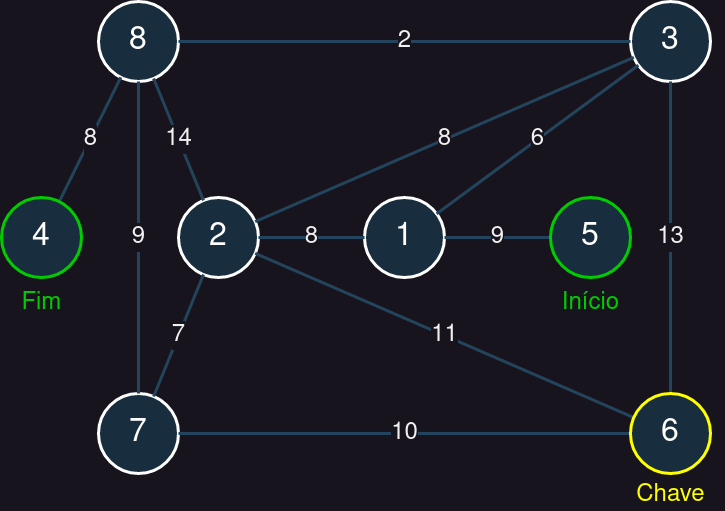
Before: test4.drawio.png, a diagram exported from draw.io (MarcusPeixe/ep1-aed2-test). Source tidied: cells renumbered, new cells last; positions are measured from the earlier drawing's top-left corner, leaving out a move shared by most shapes. The source it was exported from:
```xml
<mxGraphModel>
  <root>
    <mxCell id="0" />
    <mxCell id="1" parent="0" />
    <mxCell id="2" value="&lt;font style=&quot;font-size: 32px;&quot;&gt;1&lt;/font&gt;" style="ellipse;whiteSpace=wrap;html=1;strokeWidth=3;labelBackgroundColor=none;fillColor=#182E3E;strokeColor=#FFFFFF;fontColor=#FFFFFF;" parent="1" vertex="1">
      <mxGeometry x="363" y="196" width="80" height="80" as="geometry" />
    </mxCell>
    <mxCell id="3" value="&lt;font style=&quot;font-size: 32px;&quot;&gt;2&lt;/font&gt;" style="ellipse;whiteSpace=wrap;html=1;strokeWidth=3;labelBackgroundColor=none;fillColor=#182E3E;strokeColor=#FFFFFF;fontColor=#FFFFFF;" parent="1" vertex="1">
      <mxGeometry x="177" y="196" width="80" height="80" as="geometry" />
    </mxCell>
    <mxCell id="4" value="3" style="ellipse;whiteSpace=wrap;html=1;strokeWidth=3;labelBackgroundColor=none;fillColor=#182E3E;strokeColor=#FFFFFF;fontColor=#FFFFFF;fontSize=32;" parent="1" vertex="1">
      <mxGeometry x="629" width="80" height="80" as="geometry" />
    </mxCell>
    <mxCell id="5" value="7" style="ellipse;whiteSpace=wrap;html=1;strokeWidth=3;labelBackgroundColor=none;fillColor=#182E3E;strokeColor=#FFFFFF;fontColor=#FFFFFF;fontSize=32;" parent="1" vertex="1">
      <mxGeometry x="97" y="392" width="80" height="80" as="geometry" />
    </mxCell>
    <mxCell id="6" value="8" style="ellipse;whiteSpace=wrap;html=1;strokeWidth=3;labelBackgroundColor=none;fillColor=#182E3E;strokeColor=#FFFFFF;fontColor=#FFFFFF;fontSize=32;" parent="1" vertex="1">
      <mxGeometry x="97" width="80" height="80" as="geometry" />
    </mxCell>
    <mxCell id="7" value="8" style="endArrow=none;html=1;rounded=0;strokeColor=#23445D;strokeWidth=3;fontSize=24;" parent="1" edge="1" source="2" target="3">
      <mxGeometry relative="1" as="geometry" />
    </mxCell>
    <mxCell id="8" value="6" style="endArrow=none;html=1;rounded=0;strokeColor=#23445D;strokeWidth=3;fontSize=24;" parent="1" edge="1" source="2" target="4">
      <mxGeometry relative="1" as="geometry" />
    </mxCell>
    <mxCell id="9" value="9" style="endArrow=none;html=1;rounded=0;strokeColor=#23445D;strokeWidth=3;fontSize=24;" parent="1" edge="1" source="2" target="20">
      <mxGeometry relative="1" as="geometry" />
    </mxCell>
    <mxCell id="10" value="8" style="endArrow=none;html=1;rounded=0;strokeColor=#23445D;strokeWidth=3;fontSize=24;" parent="1" edge="1" source="3" target="4">
      <mxGeometry relative="1" as="geometry" />
    </mxCell>
    <mxCell id="11" value="11" style="endArrow=none;html=1;rounded=0;strokeColor=#23445D;strokeWidth=3;fontSize=24;" parent="1" edge="1" source="3" target="27">
      <mxGeometry relative="1" as="geometry" />
    </mxCell>
    <mxCell id="12" value="7" style="endArrow=none;html=1;rounded=0;strokeColor=#23445D;strokeWidth=3;fontSize=24;" parent="1" edge="1" source="3" target="5">
      <mxGeometry relative="1" as="geometry" />
    </mxCell>
    <mxCell id="13" value="14" style="endArrow=none;html=1;rounded=0;strokeColor=#23445D;strokeWidth=3;fontSize=24;" parent="1" edge="1" source="3" target="6">
      <mxGeometry relative="1" as="geometry" />
    </mxCell>
    <mxCell id="14" value="13" style="endArrow=none;html=1;rounded=0;strokeColor=#23445D;strokeWidth=3;fontSize=24;" parent="1" edge="1" source="4" target="27">
      <mxGeometry relative="1" as="geometry" />
    </mxCell>
    <mxCell id="15" value="2" style="endArrow=none;html=1;rounded=0;strokeColor=#23445D;strokeWidth=3;fontSize=24;" parent="1" edge="1" source="4" target="6">
      <mxGeometry relative="1" as="geometry" />
    </mxCell>
    <mxCell id="16" value="10" style="endArrow=none;html=1;rounded=0;strokeColor=#23445D;strokeWidth=3;fontSize=24;" parent="1" edge="1" source="27" target="5">
      <mxGeometry relative="1" as="geometry" />
    </mxCell>
    <mxCell id="17" value="9" style="endArrow=none;html=1;rounded=0;strokeColor=#23445D;strokeWidth=3;fontSize=24;" parent="1" edge="1" source="5" target="6">
      <mxGeometry relative="1" as="geometry" />
    </mxCell>
    <mxCell id="18" value="8" style="endArrow=none;html=1;rounded=0;strokeColor=#23445D;strokeWidth=3;fontSize=24;" parent="1" edge="1" source="6" target="23">
      <mxGeometry relative="1" as="geometry" />
    </mxCell>
    <mxCell id="19" style="group;" parent="1" vertex="1">
      <mxGeometry x="549" y="196" width="80" height="121" as="geometry" />
    </mxCell>
    <mxCell id="20" value="5" style="ellipse;whiteSpace=wrap;html=1;strokeWidth=3;labelBackgroundColor=none;fillColor=#182E3E;strokeColor=#00CC00;fontColor=#FFFFFF;fontSize=32;" parent="19" vertex="1">
      <mxGeometry width="80" height="80" as="geometry" />
    </mxCell>
    <mxCell id="21" value="Início" style="text;html=1;strokeColor=none;fillColor=none;align=center;verticalAlign=middle;whiteSpace=wrap;rounded=0;fontColor=#00CC00;fontSize=24;labelBackgroundColor=default;" parent="19" vertex="1">
      <mxGeometry x="3.5" y="91" width="73" height="30" as="geometry" />
    </mxCell>
    <mxCell id="22" style="group;" parent="1" vertex="1">
      <mxGeometry y="196" width="80" height="121" as="geometry" />
    </mxCell>
    <mxCell id="23" value="4" style="ellipse;whiteSpace=wrap;html=1;strokeWidth=3;labelBackgroundColor=none;fillColor=#182E3E;strokeColor=#00CC00;fontColor=#FFFFFF;fontSize=32;" parent="22" vertex="1">
      <mxGeometry width="80" height="80" as="geometry" />
    </mxCell>
    <mxCell id="24" value="Fim" style="text;html=1;strokeColor=none;fillColor=none;align=center;verticalAlign=middle;whiteSpace=wrap;rounded=0;fontColor=#00CC00;fontSize=24;labelBackgroundColor=default;" parent="22" vertex="1">
      <mxGeometry x="3.5" y="91" width="73" height="30" as="geometry" />
    </mxCell>
    <mxCell id="25" style="group;" parent="1" vertex="1">
      <mxGeometry x="615.5" y="392" width="107" height="117" as="geometry" />
    </mxCell>
    <mxCell id="26" value="&lt;div&gt;Chave&lt;/div&gt;" style="text;html=1;strokeColor=none;fillColor=none;align=center;verticalAlign=middle;whiteSpace=wrap;rounded=0;fontColor=#FFFF00;fontSize=24;labelBackgroundColor=default;" parent="25" vertex="1">
      <mxGeometry y="87" width="107" height="30" as="geometry" />
    </mxCell>
    <mxCell id="27" value="6" style="ellipse;whiteSpace=wrap;html=1;strokeWidth=3;labelBackgroundColor=none;fillColor=#182E3E;strokeColor=#FFFF00;fontColor=#FFFFFF;fontSize=32;align=center;" parent="25" vertex="1">
      <mxGeometry x="13.5" width="80" height="80" as="geometry" />
    </mxCell>
  </root>
</mxGraphModel>
```
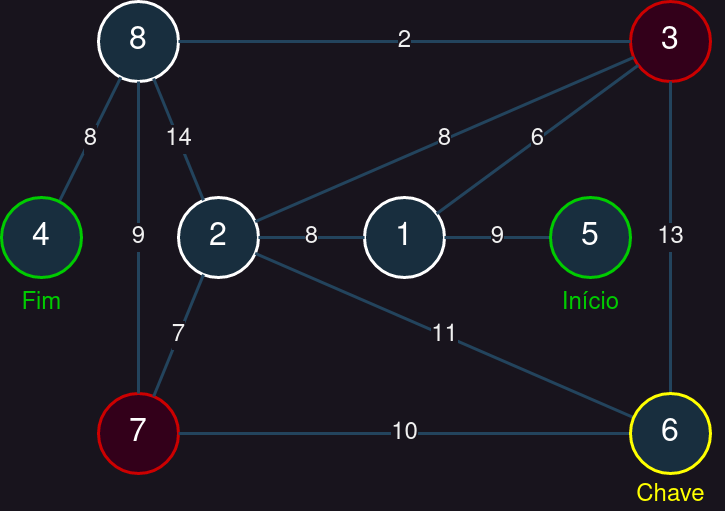
After the change.

The edit, as a diff of the source:
```diff
@@ -8,10 +8,10 @@
     <mxCell id="3" value="&lt;font style=&quot;font-size: 32px;&quot;&gt;2&lt;/font&gt;" style="ellipse;whiteSpace=wrap;html=1;strokeWidth=3;labelBackgroundColor=none;fillColor=#182E3E;strokeColor=#FFFFFF;fontColor=#FFFFFF;" parent="1" vertex="1">
       <mxGeometry x="177" y="196" width="80" height="80" as="geometry" />
     </mxCell>
-    <mxCell id="4" value="3" style="ellipse;whiteSpace=wrap;html=1;strokeWidth=3;labelBackgroundColor=none;fillColor=#182E3E;strokeColor=#FFFFFF;fontColor=#FFFFFF;fontSize=32;" parent="1" vertex="1">
+    <mxCell id="4" value="3" style="ellipse;whiteSpace=wrap;html=1;strokeWidth=3;labelBackgroundColor=none;fillColor=#33001A;strokeColor=#CC0000;fontColor=#FFFFFF;fontSize=32;" parent="1" vertex="1">
       <mxGeometry x="629" width="80" height="80" as="geometry" />
     </mxCell>
-    <mxCell id="5" value="7" style="ellipse;whiteSpace=wrap;html=1;strokeWidth=3;labelBackgroundColor=none;fillColor=#182E3E;strokeColor=#FFFFFF;fontColor=#FFFFFF;fontSize=32;" parent="1" vertex="1">
+    <mxCell id="5" value="7" style="ellipse;whiteSpace=wrap;html=1;strokeWidth=3;labelBackgroundColor=none;fillColor=#33001A;strokeColor=#CC0000;fontColor=#FFFFFF;fontSize=32;" parent="1" vertex="1">
       <mxGeometry x="97" y="392" width="80" height="80" as="geometry" />
     </mxCell>
     <mxCell id="6" value="8" style="ellipse;whiteSpace=wrap;html=1;strokeWidth=3;labelBackgroundColor=none;fillColor=#182E3E;strokeColor=#FFFFFF;fontColor=#FFFFFF;fontSize=32;" parent="1" vertex="1">
```
